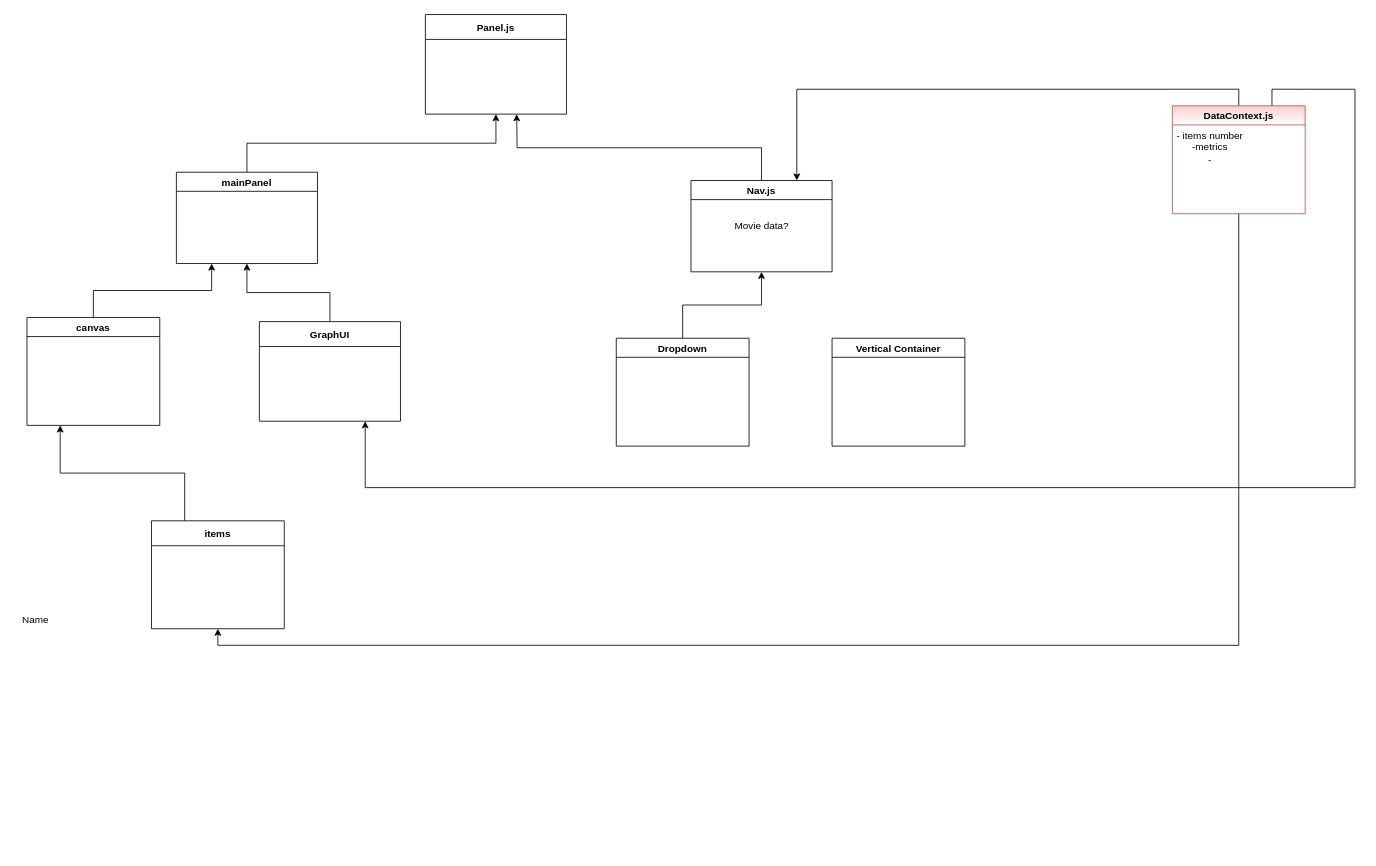
This is Untitled Diagram.drawio from salim-1997/Tv-show-app, a draw.io file, before an edit. Source tidied: cells renumbered, new cells numbered last; positions are measured from the earlier drawing's top-left corner, leaving out a move shared by most shapes. Both pictures are drawn from the tidied source at 83%, with x=0, y=0 at pixel (14, 14).
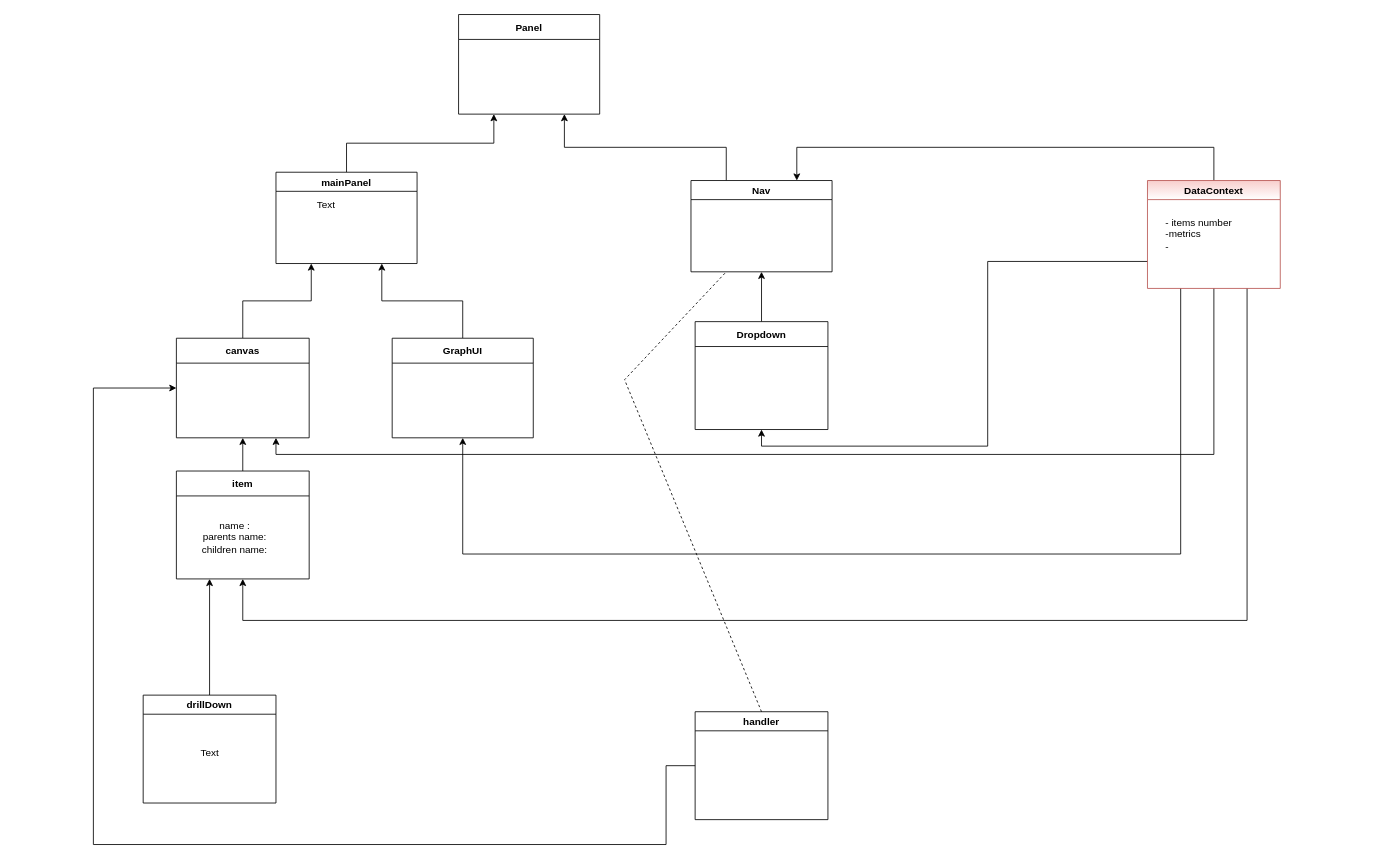
Above is the later version.

Diff of the diagram source:
```diff
@@
-    <mxCell id="2" value="Panel.js" style="swimlane;startSize=30;" parent="1" vertex="1">
-      <mxGeometry x="495" width="170" height="120" as="geometry" />
+    <mxCell id="2" value="Panel" style="swimlane;startSize=30;" parent="1" vertex="1">
+      <mxGeometry x="535" width="170" height="120" as="geometry" />
     </mxCell>
-    <mxCell id="3" style="edgeStyle=orthogonalEdgeStyle;rounded=0;jettySize=auto;html=1;exitX=0.5;exitY=0;exitDx=0;exitDy=0;entryX=0.5;entryY=1;entryDx=0;entryDy=0;" parent="1" edge="1" source="4" target="2">
+    <mxCell id="3" style="edgeStyle=orthogonalEdgeStyle;rounded=0;jettySize=auto;html=1;exitX=0.5;exitY=0;exitDx=0;exitDy=0;entryX=0.25;entryY=1;entryDx=0;entryDy=0;" parent="1" edge="1" source="4" target="2">
       <mxGeometry relative="1" as="geometry" />
     </mxCell>
     <mxCell id="4" value="mainPanel" style="swimlane;startSize=23;" parent="1" vertex="1">
-      <mxGeometry x="195" y="190" width="170" height="110" as="geometry" />
+      <mxGeometry x="315" y="190" width="170" height="110" as="geometry" />
     </mxCell>
-    <mxCell id="5" style="edgeStyle=orthogonalEdgeStyle;rounded=0;jettySize=auto;html=1;exitX=0.5;exitY=0;exitDx=0;exitDy=0;entryX=0.5;entryY=1;entryDx=0;entryDy=0;" parent="1" edge="1" source="6" target="4">
+    <mxCell id="5" style="edgeStyle=orthogonalEdgeStyle;rounded=0;jettySize=auto;html=1;exitX=0.5;exitY=0;exitDx=0;exitDy=0;entryX=0.75;entryY=1;entryDx=0;entryDy=0;" parent="1" edge="1" source="6" target="4">
       <mxGeometry relative="1" as="geometry" />
     </mxCell>
     <mxCell id="6" value="GraphUI" style="swimlane;startSize=30;" parent="1" vertex="1">
-      <mxGeometry x="295" y="370" width="170" height="120" as="geometry" />
+      <mxGeometry x="455" y="390" width="170" height="120" as="geometry" />
     </mxCell>
-    <mxCell id="7" style="edgeStyle=orthogonalEdgeStyle;rounded=0;jettySize=auto;html=1;exitX=0.5;exitY=0;exitDx=0;exitDy=0;" parent="1" edge="1" source="8">
-      <mxGeometry relative="1" as="geometry">
-        <mxPoint x="605" y="120" as="targetPoint" />
-      </mxGeometry>
-    </mxCell>
+    <mxCell id="23" style="edgeStyle=orthogonalEdgeStyle;rounded=0;jettySize=auto;html=1;exitX=0.25;exitY=0;exitDx=0;exitDy=0;entryX=0.75;entryY=1;entryDx=0;entryDy=0;" parent="1" edge="1" source="8" target="2">
+      <mxGeometry relative="1" as="geometry" />
+    </mxCell>
-    <mxCell id="8" value="Nav.js" style="swimlane;" parent="1" vertex="1">
+    <mxCell id="8" value="Nav" style="swimlane;" parent="1" vertex="1">
       <mxGeometry x="815" y="200" width="170" height="110" as="geometry" />
     </mxCell>
-    <mxCell id="9" value="Movie data?" style="text;html=1;align=center;verticalAlign=middle;strokeColor=none;fillColor=none;" parent="8" vertex="1">
-      <mxGeometry x="45" y="45" width="80" height="20" as="geometry" />
-    </mxCell>
-    <mxCell id="10" value="Vertical Container" style="swimlane;" parent="1" vertex="1">
-      <mxGeometry x="985" y="390" width="160" height="130" as="geometry" />
-    </mxCell>
@@
-    <mxCell id="12" value="Dropdown" style="swimlane;" parent="1" vertex="1">
-      <mxGeometry x="725" y="390" width="160" height="130" as="geometry" />
+    <mxCell id="12" value="Dropdown" style="swimlane;startSize=30;" parent="1" vertex="1">
+      <mxGeometry x="820" y="370" width="160" height="130" as="geometry" />
     </mxCell>
@@
-    <mxCell id="14" value="canvas" style="swimlane;" parent="1" vertex="1">
-      <mxGeometry x="15" y="365" width="160" height="130" as="geometry" />
+    <mxCell id="14" value="canvas" style="swimlane;startSize=30;" parent="1" vertex="1">
+      <mxGeometry x="195" y="390" width="160" height="120" as="geometry" />
     </mxCell>
-    <mxCell id="15" style="edgeStyle=orthogonalEdgeStyle;rounded=0;jettySize=auto;html=1;exitX=0.25;exitY=0;exitDx=0;exitDy=0;entryX=0.25;entryY=1;entryDx=0;entryDy=0;" parent="1" edge="1" source="16" target="14">
+    <mxCell id="15" style="edgeStyle=orthogonalEdgeStyle;rounded=0;jettySize=auto;html=1;exitX=0.5;exitY=0;exitDx=0;exitDy=0;entryX=0.5;entryY=1;entryDx=0;entryDy=0;" parent="1" edge="1" source="16" target="14">
       <mxGeometry relative="1" as="geometry" />
     </mxCell>
-    <mxCell id="16" value="items" style="swimlane;startSize=30;" parent="1" vertex="1">
-      <mxGeometry x="165" y="610" width="160" height="130" as="geometry" />
+    <mxCell id="16" value="item" style="swimlane;startSize=30;" parent="1" vertex="1">
+      <mxGeometry x="195" y="550" width="160" height="130" as="geometry" />
     </mxCell>
     <mxCell id="17" style="edgeStyle=orthogonalEdgeStyle;rounded=0;jettySize=auto;html=1;exitX=0.5;exitY=0;exitDx=0;exitDy=0;entryX=0.75;entryY=0;entryDx=0;entryDy=0;" parent="1" edge="1" source="20" target="8">
-      <mxGeometry relative="1" as="geometry" />
+      <mxGeometry relative="1" as="geometry">
+        <Array as="points">
+          <mxPoint x="1445" y="160" />
+          <mxPoint x="943" y="160" />
+        </Array>
+      </mxGeometry>
     </mxCell>
-    <mxCell id="18" style="edgeStyle=orthogonalEdgeStyle;rounded=0;jettySize=auto;html=1;exitX=0.75;exitY=0;exitDx=0;exitDy=0;entryX=0.75;entryY=1;entryDx=0;entryDy=0;" parent="1" edge="1" source="20" target="6">
+    <mxCell id="18" style="edgeStyle=orthogonalEdgeStyle;rounded=0;jettySize=auto;html=1;exitX=0.25;exitY=1;exitDx=0;exitDy=0;entryX=0.5;entryY=1;entryDx=0;entryDy=0;" parent="1" edge="1" source="20" target="6">
       <mxGeometry relative="1" as="geometry">
         <Array as="points">
-          <mxPoint x="1515" y="90" />
-          <mxPoint x="1615" y="90" />
-          <mxPoint x="1615" y="570" />
-          <mxPoint x="423" y="570" />
+          <mxPoint x="1405" y="650" />
+          <mxPoint x="540" y="650" />
         </Array>
       </mxGeometry>
     </mxCell>
-    <mxCell id="19" style="edgeStyle=orthogonalEdgeStyle;rounded=0;jettySize=auto;html=1;exitX=0.5;exitY=1;exitDx=0;exitDy=0;entryX=0.5;entryY=1;entryDx=0;entryDy=0;" parent="1" edge="1" source="20" target="16">
-      <mxGeometry relative="1" as="geometry" />
+    <mxCell id="19" style="edgeStyle=orthogonalEdgeStyle;rounded=0;jettySize=auto;html=1;exitX=0.75;exitY=1;exitDx=0;exitDy=0;entryX=0.5;entryY=1;entryDx=0;entryDy=0;" parent="1" edge="1" source="20" target="16">
+      <mxGeometry relative="1" as="geometry">
+        <Array as="points">
+          <mxPoint x="1485" y="730" />
+          <mxPoint x="275" y="730" />
+        </Array>
+      </mxGeometry>
     </mxCell>
+    <mxCell id="24" style="edgeStyle=orthogonalEdgeStyle;rounded=0;jettySize=auto;html=1;exitX=0.5;exitY=1;exitDx=0;exitDy=0;entryX=0.75;entryY=1;entryDx=0;entryDy=0;" parent="1" edge="1" source="20" target="14">
+      <mxGeometry relative="1" as="geometry">
+        <Array as="points">
+          <mxPoint x="1445" y="530" />
+          <mxPoint x="315" y="530" />
+        </Array>
+      </mxGeometry>
+    </mxCell>
+    <mxCell id="25" style="edgeStyle=orthogonalEdgeStyle;rounded=0;jettySize=auto;html=1;exitX=0;exitY=0.75;exitDx=0;exitDy=0;entryX=0.5;entryY=1;entryDx=0;entryDy=0;" parent="1" edge="1" source="20" target="12">
+      <mxGeometry relative="1" as="geometry" />
+    </mxCell>
-    <mxCell id="20" value="DataContext.js" style="swimlane;fillColor=#f8cecc;strokeColor=#b85450;swimlaneFillColor=none;gradientColor=#ffffff;" parent="1" vertex="1">
-      <mxGeometry x="1395" y="110" width="160" height="130" as="geometry" />
+    <mxCell id="20" value="DataContext" style="swimlane;fillColor=#f8cecc;strokeColor=#b85450;swimlaneFillColor=none;gradientColor=#ffffff;" parent="1" vertex="1">
+      <mxGeometry x="1365" y="200" width="160" height="130" as="geometry" />
     </mxCell>
-    <mxCell id="21" value="&lt;div&gt;- items number&lt;/div&gt;&lt;div&gt;-metrics&lt;/div&gt;&lt;div&gt;- &lt;br&gt;&lt;/div&gt;" style="text;html=1;align=center;verticalAlign=middle;strokeColor=none;fillColor=none;" parent="20" vertex="1">
-      <mxGeometry x="-5" y="25" width="100" height="50" as="geometry" />
+    <mxCell id="21" value="&lt;div align=&quot;left&quot;&gt;- items number&lt;/div&gt;&lt;div align=&quot;left&quot;&gt;-metrics&lt;/div&gt;&lt;div align=&quot;left&quot;&gt;- &lt;br&gt;&lt;/div&gt;" style="text;html=1;align=left;verticalAlign=middle;strokeColor=none;fillColor=none;" parent="20" vertex="1">
+      <mxGeometry x="20" y="40" width="100" height="50" as="geometry" />
     </mxCell>
-    <mxCell id="22" value="&lt;div&gt;Name&lt;/div&gt;" style="text;html=1;align=center;verticalAlign=middle;strokeColor=none;fillColor=none;" parent="1" vertex="1">
-      <mxGeometry y="720" width="50" height="20" as="geometry" />
-    </mxCell>
+    <mxCell id="26" style="edgeStyle=orthogonalEdgeStyle;rounded=0;jettySize=auto;html=1;exitX=0.5;exitY=0;exitDx=0;exitDy=0;entryX=0.25;entryY=1;entryDx=0;entryDy=0;" parent="1" edge="1" source="27" target="16">
+      <mxGeometry relative="1" as="geometry" />
+    </mxCell>
+    <mxCell id="27" value="drillDown" style="swimlane;" parent="1" vertex="1">
+      <mxGeometry x="155" y="820" width="160" height="130" as="geometry" />
+    </mxCell>
+    <mxCell id="28" value="&lt;div&gt;name :&lt;/div&gt;&lt;div&gt;parents name:&lt;/div&gt;&lt;div&gt;children name:&lt;br&gt;&lt;/div&gt;" style="text;html=1;align=center;verticalAlign=middle;strokeColor=none;fillColor=none;" parent="1" vertex="1">
+      <mxGeometry x="215" y="605" width="100" height="50" as="geometry" />
+    </mxCell>
+    <mxCell id="29" value="Text" style="text;html=1;align=center;verticalAlign=middle;strokeColor=none;fillColor=none;" parent="1" vertex="1">
+      <mxGeometry x="215" y="880" width="40" height="20" as="geometry" />
+    </mxCell>
+    <mxCell id="30" value="Text" style="text;html=1;align=center;verticalAlign=middle;strokeColor=none;fillColor=none;" parent="1" vertex="1">
+      <mxGeometry x="355" y="220" width="40" height="20" as="geometry" />
+    </mxCell>
+    <mxCell id="31" style="edgeStyle=orthogonalEdgeStyle;rounded=0;jettySize=auto;html=1;exitX=0;exitY=0.5;exitDx=0;exitDy=0;entryX=0;entryY=0.5;entryDx=0;entryDy=0;" parent="1" edge="1" source="32" target="14">
+      <mxGeometry relative="1" as="geometry">
+        <Array as="points">
+          <mxPoint x="785" y="1000" />
+          <mxPoint x="95" y="1000" />
+          <mxPoint x="95" y="450" />
+        </Array>
+      </mxGeometry>
+    </mxCell>
+    <mxCell id="32" value="handler" style="swimlane;" parent="1" vertex="1">
+      <mxGeometry x="820" y="840" width="160" height="130" as="geometry" />
+    </mxCell>
+    <mxCell id="33" style="endArrow=none;dashed=1;html=1;rounded=0;exitX=0.5;exitY=0;exitDx=0;exitDy=0;entryX=0.25;entryY=1;entryDx=0;entryDy=0;" parent="1" edge="1" source="32" target="8">
+      <mxGeometry relative="1" as="geometry">
+        <Array as="points">
+          <mxPoint x="735" y="440" />
+        </Array>
+      </mxGeometry>
+    </mxCell>
```
